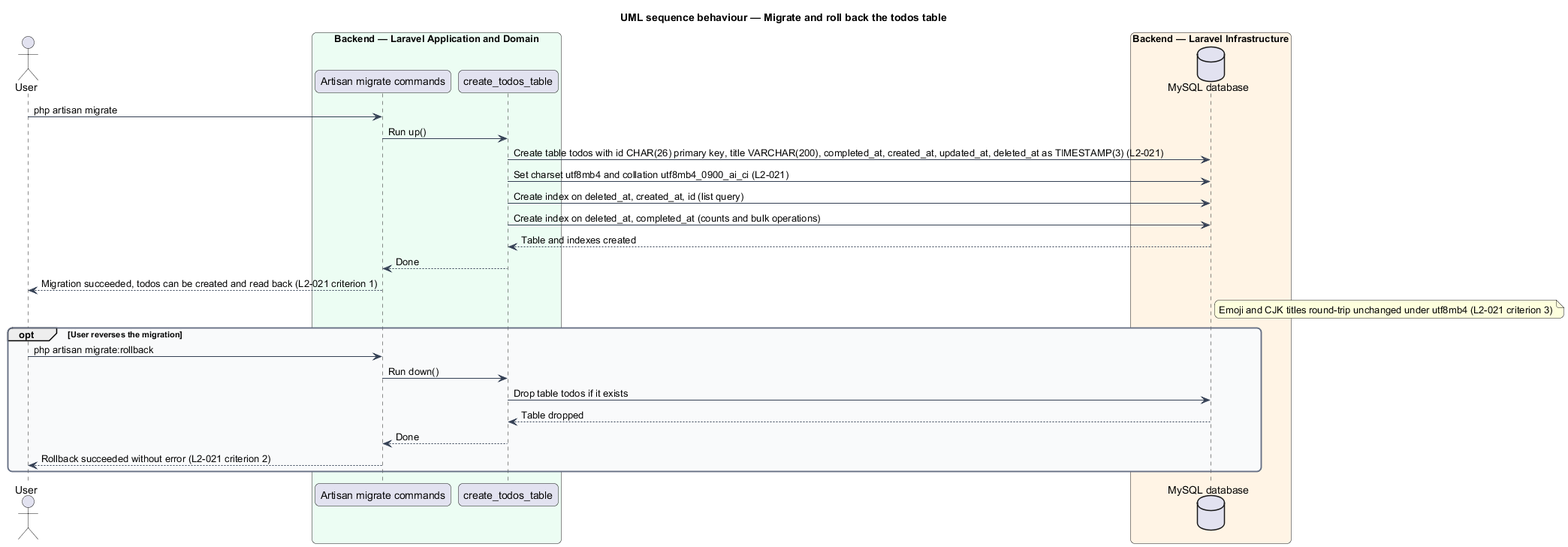
Above: docs/detailed-designs/api-platform/persist-todos/diagrams/sequence-migrate-and-rollback.png in QuinntyneBrown/php-todo-lab (PlantUML), before the change. Its diagram source:
```plantuml
@startuml
title UML sequence behaviour — Migrate and roll back the todos table
skinparam backgroundColor #FFFFFF
skinparam shadowing false
skinparam roundcorner 12
skinparam defaultFontName Arial
skinparam ArrowColor #344054
skinparam rectangle {
  BorderColor #344054
  FontColor #101828
}
skinparam package {
  BorderColor #667085
  FontColor #101828
  BackgroundColor #F9FAFB
}
actor "User" as user
box "Backend — Laravel Application and Domain" #ECFDF3
  participant "Artisan migrate commands" as artisan
  participant "create_todos_table" as migration
end box
box "Backend — Laravel Infrastructure" #FFF4E5
  database "MySQL database" as db
end box
user -> artisan : php artisan migrate
artisan -> migration : Run up()
migration -> db : Create table todos with id CHAR(26) primary key, title VARCHAR(200), completed_at, created_at, updated_at, deleted_at as TIMESTAMP(3) (L2-021)
migration -> db : Set charset utf8mb4 and collation utf8mb4_0900_ai_ci (L2-021)
migration -> db : Create index on deleted_at, created_at, id (list query)
migration -> db : Create index on deleted_at, completed_at (counts and bulk operations)
db --> migration : Table and indexes created
migration --> artisan : Done
artisan --> user : Migration succeeded, todos can be created and read back (L2-021 criterion 1)
note right of db : Emoji and CJK titles round-trip unchanged under utf8mb4 (L2-021 criterion 3)
opt User reverses the migration
  user -> artisan : php artisan migrate:rollback
  artisan -> migration : Run down()
  migration -> db : Drop table todos if it exists
  db --> migration : Table dropped
  migration --> artisan : Done
  artisan --> user : Rollback succeeded without error (L2-021 criterion 2)
end
@enduml
```
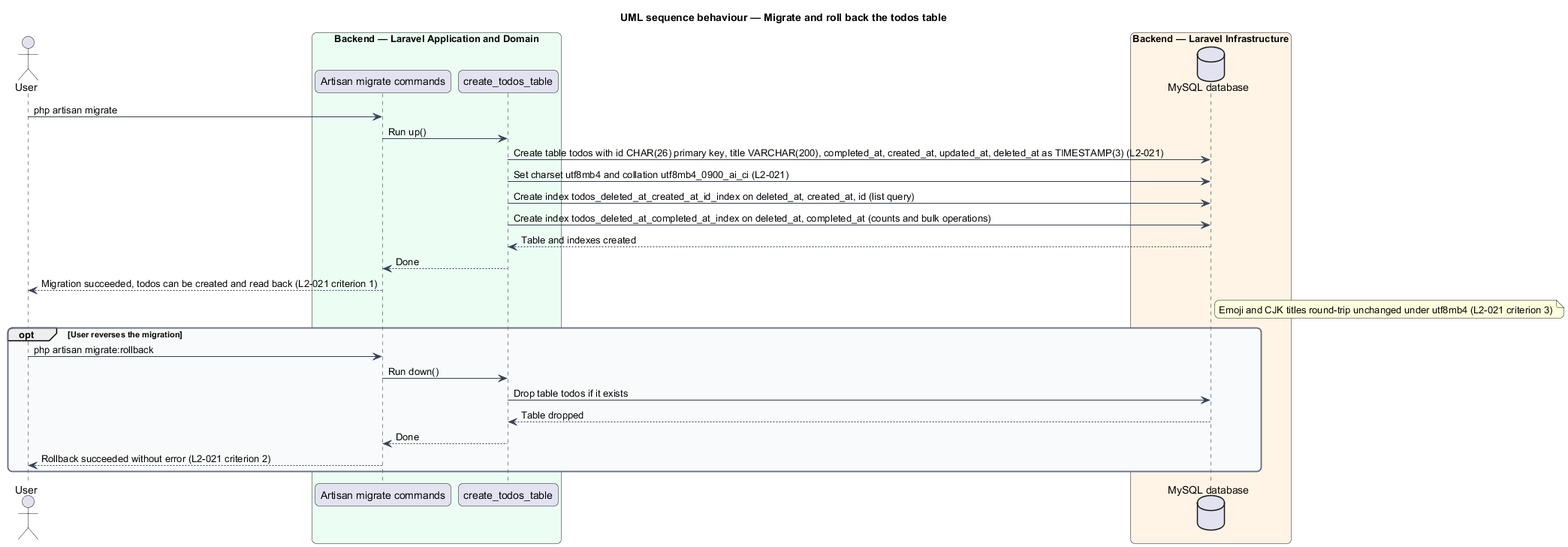
After the commit.

What changed in the source:
```diff
@@ -26,8 +26,8 @@
 artisan -> migration : Run up()
 migration -> db : Create table todos with id CHAR(26) primary key, title VARCHAR(200), completed_at, created_at, updated_at, deleted_at as TIMESTAMP(3) (L2-021)
 migration -> db : Set charset utf8mb4 and collation utf8mb4_0900_ai_ci (L2-021)
-migration -> db : Create index on deleted_at, created_at, id (list query)
-migration -> db : Create index on deleted_at, completed_at (counts and bulk operations)
+migration -> db : Create index todos_deleted_at_created_at_id_index on deleted_at, created_at, id (list query)
+migration -> db : Create index todos_deleted_at_completed_at_index on deleted_at, completed_at (counts and bulk operations)
 db --> migration : Table and indexes created
 migration --> artisan : Done
 artisan --> user : Migration succeeded, todos can be created and read back (L2-021 criterion 1)
```
